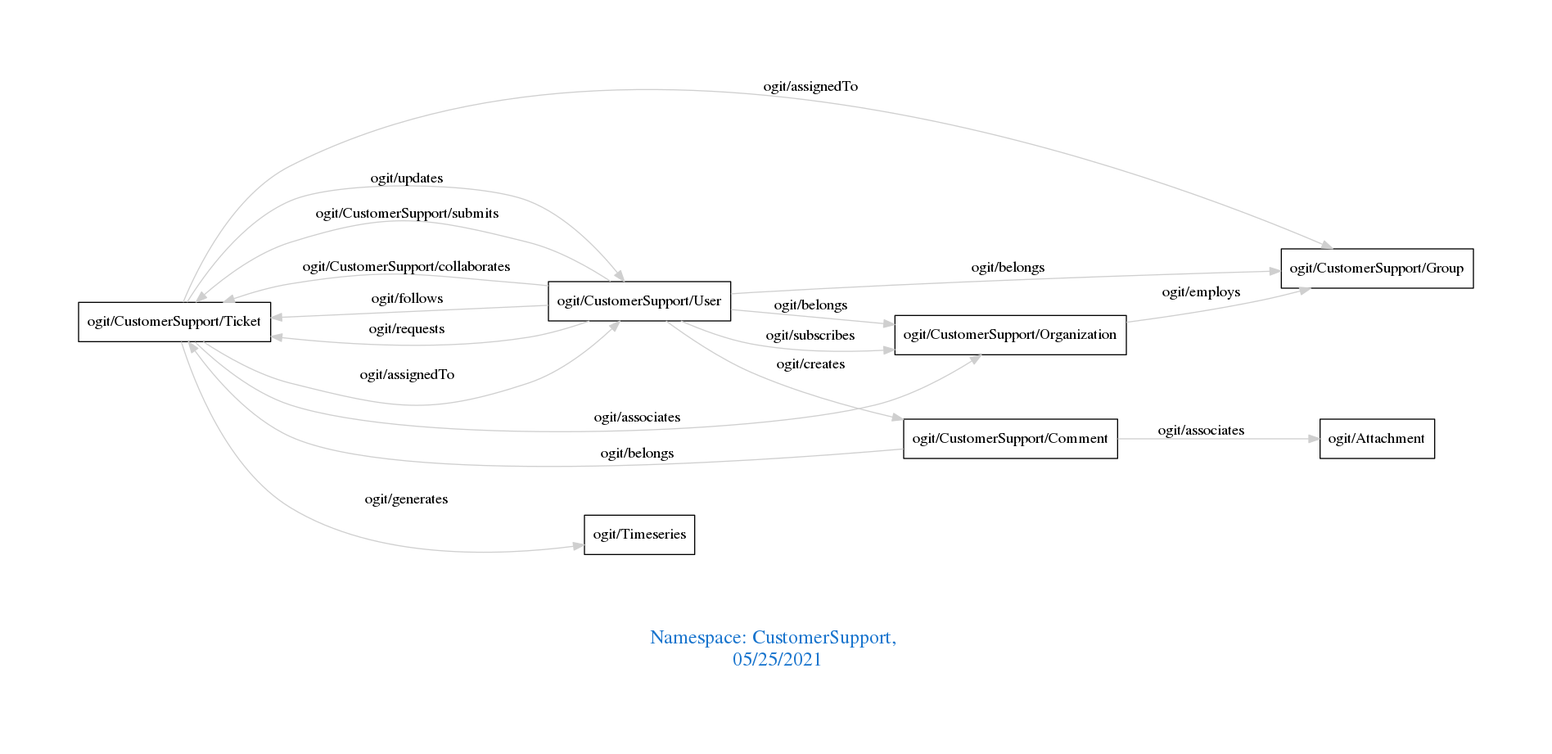
arago/OGIT keeps this Graphviz diagram as downloads/CustomerSupport.png. Above is the earlier version. Its source is kept beside it as downloads/CustomerSupport.dot.
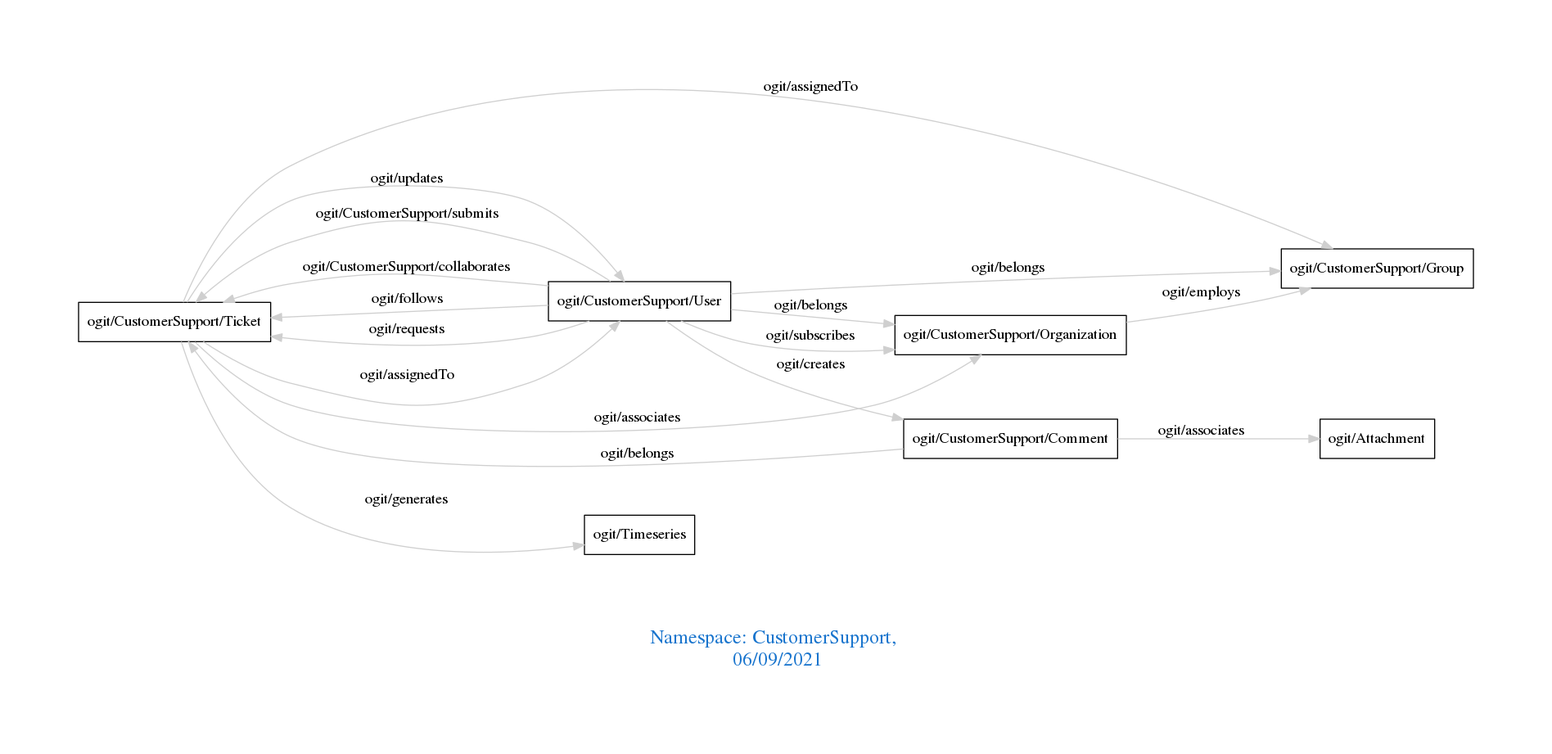
After the commit.

What changed in the source:
```diff
@@ -1,7 +1,7 @@
 digraph OGIT_ontology {
  graph [ rankdir= LR,pad=1
 fontsize = 18,
-fontcolor= dodgerblue3,label = "\n\n\nNamespace: CustomerSupport, \n 05/25/2021"];
+fontcolor= dodgerblue3,label = "\n\n\nNamespace: CustomerSupport, \n 06/09/2021"];
 node[shape=polygon];
 edge [  color="gray81"];
 
```
